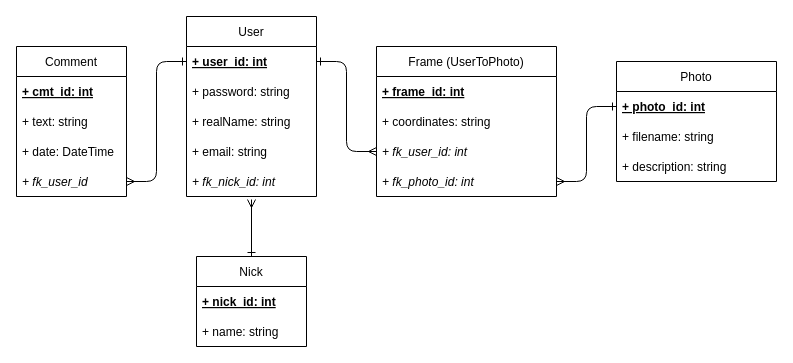
Above: page "UML" (3 of 3) of Philipp/05_socialnetwork.drawio in mastapetz/BE16-DBDev-DAY1-Peter-Philipp (draw.io), before the change. Source tidied: cells renumbered, new cells numbered last; positions are measured from the earlier drawing's top-left corner, leaving out a move shared by most shapes. Both pictures are drawn from the tidied source at 100%, with x=0, y=0 at pixel (16, 16).
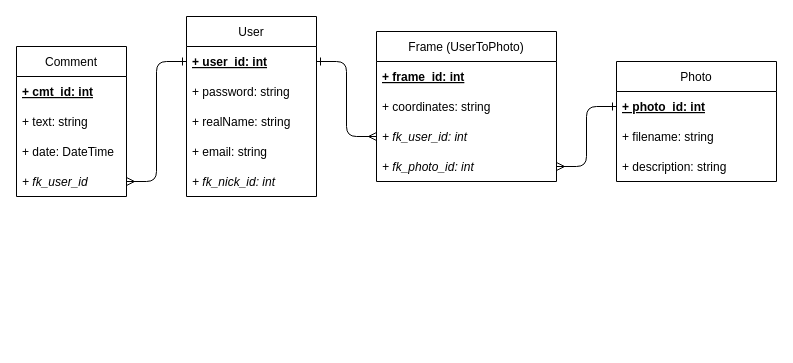
The same page after the edit.

Unchanged cells that the change refers to:
```xml
<mxCell id="15" value="+ fk_nick_id: int" style="text;strokeColor=none;fillColor=none;align=left;verticalAlign=middle;spacingLeft=4;spacingRight=4;overflow=hidden;points=[[0,0.5],[1,0.5]];portConstraint=eastwest;fontStyle=2;" parent="10" vertex="1">
  <mxGeometry y="150" width="130" height="30" as="geometry" />
</mxCell>
```

The edit, as a diff of the source:
```diff
@@
-    <mxCell id="2" style="edgeStyle=none;html=1;entryX=0.5;entryY=1.1;entryDx=0;entryDy=0;entryPerimeter=0;startArrow=ERone;startFill=0;endArrow=ERmany;endFill=0;" parent="1" edge="1" source="3" target="15">
-      <mxGeometry relative="1" as="geometry" />
-    </mxCell>
-    <mxCell id="3" value="Nick" style="swimlane;fontStyle=0;horizontal=1;startSize=30;" parent="1" vertex="1">
-      <mxGeometry x="180" y="240" width="110" height="90" as="geometry" />
-    </mxCell>
-    <mxCell id="4" value="+ nick_id: int" style="text;strokeColor=none;fillColor=none;align=left;verticalAlign=middle;spacingLeft=4;spacingRight=4;overflow=hidden;fontStyle=5;" parent="3" vertex="1">
-      <mxGeometry y="30" width="110" height="30" as="geometry" />
-    </mxCell>
-    <mxCell id="5" value="+ name: string" style="text;strokeColor=none;fillColor=none;align=left;verticalAlign=middle;spacingLeft=4;spacingRight=4;overflow=hidden;" parent="3" vertex="1">
-      <mxGeometry y="60" width="110" height="30" as="geometry" />
-    </mxCell>
@@
     <mxCell id="18" value="Frame (UserToPhoto)" style="swimlane;fontStyle=0;horizontal=1;startSize=30;" parent="1" vertex="1">
-      <mxGeometry x="360" y="30" width="180" height="150" as="geometry" />
+      <mxGeometry x="360" y="15" width="180" height="150" as="geometry" />
     </mxCell>
```
